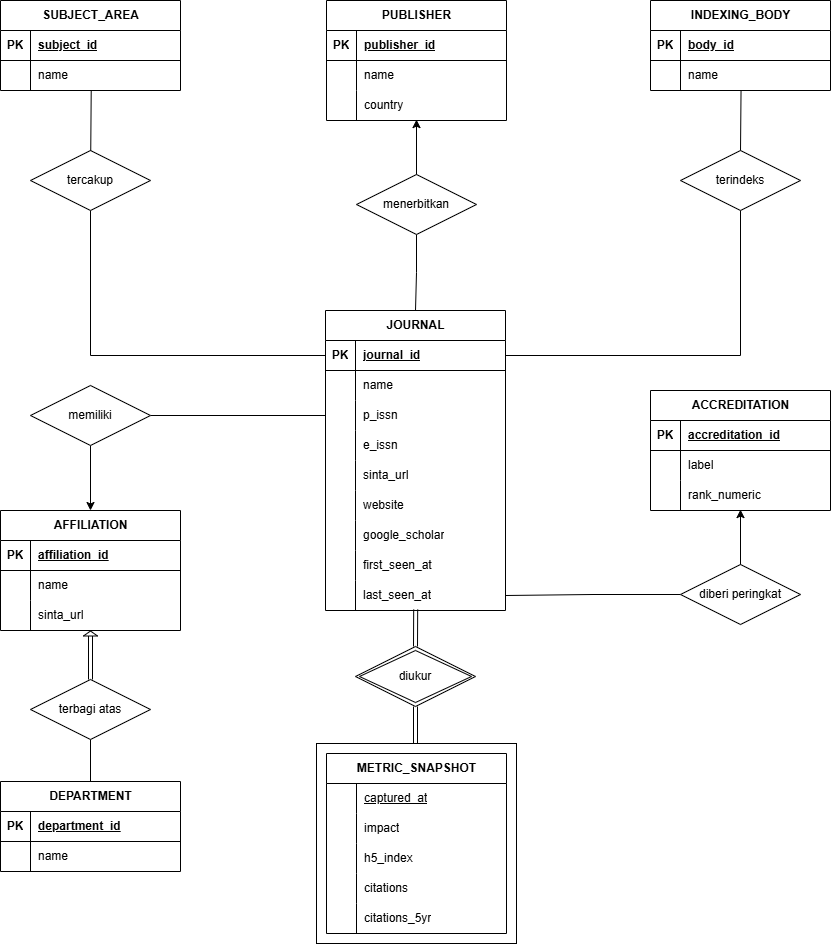
buahkol/Jurnal_Sinta-Seleksi-2026-Tugas-1 keeps this draw.io diagram as Data Storing/design/erd.png. Above is the earlier version. Source tidied: cells renumbered, new cells last; positions are measured from the earlier drawing's top-left corner, leaving out a move shared by most shapes.
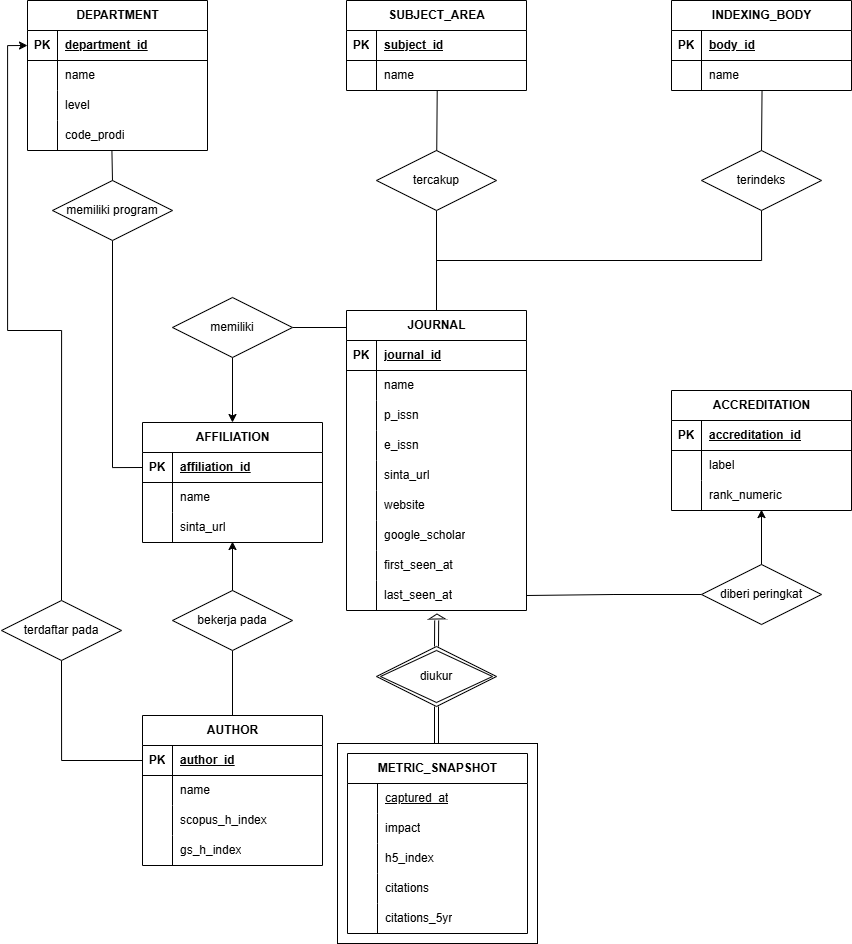
After the commit.

Diff of the diagram source:
```diff
@@ -3,7 +3,7 @@
     <mxCell id="0" />
     <mxCell id="1" parent="0" />
     <mxCell id="2" value="SUBJECT_AREA" style="shape=table;startSize=30;rowLines=0;fontStyle=1;align=center;html=1;" parent="1" vertex="1">
-      <mxGeometry width="180" height="90" as="geometry" />
+      <mxGeometry x="325" width="180" height="90" as="geometry" />
     </mxCell>
     <mxCell id="3" style="shape=tableRow;horizontal=0;startSize=0;swimlaneHead=0;swimlaneBody=0;fillColor=none;top=0;left=0;right=0;bottom=1;" parent="2" vertex="1">
       <mxGeometry y="30" width="180" height="30" as="geometry" />
@@ -44,15 +44,15 @@
     <mxCell id="15" value="name" style="shape=partialRectangle;fillColor=none;top=0;left=0;bottom=0;right=0;align=left;spacingLeft=6;overflow=hidden;whiteSpace=wrap;html=1;" parent="13" vertex="1">
       <mxGeometry x="30" width="150" height="30" as="geometry" />
     </mxCell>
-    <mxCell id="16" style="edgeStyle=orthogonalEdgeStyle;rounded=0;jettySize=auto;html=1;exitX=0.5;exitY=1;exitDx=0;exitDy=0;entryX=0;entryY=0.5;entryDx=0;entryDy=0;endArrow=none;endFill=0;" parent="1" edge="1" source="17" target="23">
-      <mxGeometry relative="1" as="geometry" />
-    </mxCell>
+    <mxCell id="124" style="edgeStyle=orthogonalEdgeStyle;rounded=0;jettySize=auto;html=1;exitX=0.5;exitY=1;exitDx=0;exitDy=0;entryX=0.5;entryY=0;entryDx=0;entryDy=0;endArrow=none;endFill=0;" parent="1" edge="1" source="17" target="22">
+      <mxGeometry relative="1" as="geometry" />
+    </mxCell>
     <mxCell id="17" value="tercakup" style="shape=rhombus;perimeter=rhombusPerimeter;whiteSpace=wrap;html=1;align=center;" parent="1" vertex="1">
-      <mxGeometry x="30" y="150" width="120" height="60" as="geometry" />
+      <mxGeometry x="355" y="150" width="120" height="60" as="geometry" />
     </mxCell>
-    <mxCell id="18" style="edgeStyle=orthogonalEdgeStyle;rounded=0;jettySize=auto;html=1;exitX=0.5;exitY=1;exitDx=0;exitDy=0;entryX=1;entryY=0.5;entryDx=0;entryDy=0;endArrow=none;endFill=0;" parent="1" edge="1" source="19" target="23">
-      <mxGeometry relative="1" as="geometry" />
-    </mxCell>
+    <mxCell id="125" style="edgeStyle=orthogonalEdgeStyle;rounded=0;jettySize=auto;html=1;exitX=0.5;exitY=1;exitDx=0;exitDy=0;entryX=0.5;entryY=0;entryDx=0;entryDy=0;endArrow=none;endFill=0;" parent="1" edge="1" source="19" target="22">
+      <mxGeometry relative="1" as="geometry" />
+    </mxCell>
     <mxCell id="19" value="terindeks" style="shape=rhombus;perimeter=rhombusPerimeter;whiteSpace=wrap;html=1;align=center;" parent="1" vertex="1">
       <mxGeometry x="680" y="150" width="120" height="60" as="geometry" />
     </mxCell>
@@ -147,7 +147,7 @@
       <mxGeometry x="30" width="150" height="30" as="geometry" />
     </mxCell>
     <mxCell id="50" value="AFFILIATION" style="shape=table;startSize=30;rowLines=0;fontStyle=1;align=center;html=1;" parent="1" vertex="1">
-      <mxGeometry y="510" width="180" height="120" as="geometry" />
+      <mxGeometry x="121" y="422" width="180" height="120" as="geometry" />
     </mxCell>
     <mxCell id="51" style="shape=tableRow;horizontal=0;startSize=0;swimlaneHead=0;swimlaneBody=0;fillColor=none;points=[[0,0.5],[1,0.5]];portConstraint=eastwest;top=0;left=0;right=0;bottom=1;" parent="50" vertex="1">
       <mxGeometry y="30" width="180" height="30" as="geometry" />
@@ -176,14 +176,16 @@
     <mxCell id="59" value="sinta_url" style="shape=partialRectangle;fillColor=none;top=0;left=0;bottom=0;right=0;align=left;spacingLeft=6;overflow=hidden;whiteSpace=wrap;html=1;" parent="57" vertex="1">
       <mxGeometry x="30" width="150" height="30" as="geometry" />
     </mxCell>
-    <mxCell id="60" style="edgeStyle=orthogonalEdgeStyle;rounded=0;jettySize=auto;html=1;exitX=1;exitY=0.5;exitDx=0;exitDy=0;entryX=0;entryY=0.5;entryDx=0;entryDy=0;endArrow=none;endFill=0;" parent="1" edge="1" source="62" target="29">
-      <mxGeometry relative="1" as="geometry" />
+    <mxCell id="60" style="edgeStyle=orthogonalEdgeStyle;rounded=0;jettySize=auto;html=1;exitX=1;exitY=0.5;exitDx=0;exitDy=0;entryX=0;entryY=0.5;entryDx=0;entryDy=0;endArrow=none;endFill=0;" parent="1" edge="1" source="62">
+      <mxGeometry relative="1" as="geometry">
+        <mxPoint x="325" y="327" as="targetPoint" />
+      </mxGeometry>
     </mxCell>
     <mxCell id="61" style="edgeStyle=orthogonalEdgeStyle;rounded=0;jettySize=auto;html=1;exitX=0.5;exitY=1;exitDx=0;exitDy=0;entryX=0.5;entryY=0;entryDx=0;entryDy=0;" parent="1" edge="1" source="62" target="50">
       <mxGeometry relative="1" as="geometry" />
     </mxCell>
     <mxCell id="62" value="memiliki" style="shape=rhombus;perimeter=rhombusPerimeter;whiteSpace=wrap;html=1;align=center;" parent="1" vertex="1">
-      <mxGeometry x="30" y="385" width="120" height="60" as="geometry" />
+      <mxGeometry x="151" y="297" width="120" height="60" as="geometry" />
     </mxCell>
     <mxCell id="63" value="ACCREDITATION" style="shape=table;startSize=30;rowLines=0;fontStyle=1;align=center;html=1;" parent="1" vertex="1">
       <mxGeometry x="650" y="390" width="180" height="120" as="geometry" />
@@ -224,8 +226,10 @@
     <mxCell id="75" style="edgeStyle=orthogonalEdgeStyle;rounded=0;jettySize=auto;html=1;exitX=0.5;exitY=0;exitDx=0;exitDy=0;entryX=0.5;entryY=0.97;entryDx=0;entryDy=0;entryPerimeter=0;" parent="1" edge="1" source="74" target="70">
       <mxGeometry relative="1" as="geometry" />
     </mxCell>
-    <mxCell id="76" style="shape=link;html=1;rounded=0;entryX=0.501;entryY=0.966;entryDx=0;entryDy=0;entryPerimeter=0;exitX=0.5;exitY=0;exitDx=0;exitDy=0;" parent="1" edge="1" source="79" target="47">
-      <mxGeometry relative="1" as="geometry" />
+    <mxCell id="76" style="shape=link;html=1;rounded=0;exitX=0.5;exitY=0;exitDx=0;exitDy=0;" parent="1" edge="1" source="79">
+      <mxGeometry relative="1" as="geometry">
+        <mxPoint x="415.2" y="620" as="targetPoint" />
+      </mxGeometry>
     </mxCell>
     <mxCell id="77" style="html=1;whiteSpace=wrap;align=left;verticalAlign=bottom;" parent="76" vertex="1">
       <mxGeometry x="-1" relative="1" as="geometry" />
@@ -301,47 +305,8 @@
     <mxCell id="99" style="html=1;whiteSpace=wrap;align=right;verticalAlign=bottom;" parent="97" vertex="1">
       <mxGeometry x="1" relative="1" as="geometry" />
     </mxCell>
-    <mxCell id="100" value="PUBLISHER" style="shape=table;startSize=30;rowLines=0;fontStyle=1;align=center;html=1;" parent="1" vertex="1">
-      <mxGeometry x="326" width="180" height="120" as="geometry" />
-    </mxCell>
-    <mxCell id="101" style="shape=tableRow;horizontal=0;startSize=0;swimlaneHead=0;swimlaneBody=0;fillColor=none;points=[[0,0.5],[1,0.5]];portConstraint=eastwest;top=0;left=0;right=0;bottom=1;" parent="100" vertex="1">
-      <mxGeometry y="30" width="180" height="30" as="geometry" />
-    </mxCell>
-    <mxCell id="102" value="PK" style="shape=partialRectangle;fillColor=none;top=0;left=0;bottom=0;right=0;fontStyle=1;overflow=hidden;whiteSpace=wrap;html=1;" parent="101" vertex="1">
-      <mxGeometry width="30" height="30" as="geometry" />
-    </mxCell>
-    <mxCell id="103" value="publisher_id" style="shape=partialRectangle;fillColor=none;top=0;left=0;bottom=0;right=0;align=left;spacingLeft=6;fontStyle=5;overflow=hidden;whiteSpace=wrap;html=1;" parent="101" vertex="1">
-      <mxGeometry x="30" width="150" height="30" as="geometry" />
-    </mxCell>
-    <mxCell id="104" style="shape=tableRow;horizontal=0;startSize=0;swimlaneHead=0;swimlaneBody=0;fillColor=none;top=0;left=0;right=0;bottom=0;" parent="100" vertex="1">
-      <mxGeometry y="60" width="180" height="30" as="geometry" />
-    </mxCell>
-    <mxCell id="105" style="shape=partialRectangle;fillColor=none;top=0;left=0;bottom=0;right=0;overflow=hidden;whiteSpace=wrap;html=1;" parent="104" vertex="1">
-      <mxGeometry width="30" height="30" as="geometry" />
-    </mxCell>
-    <mxCell id="106" value="name" style="shape=partialRectangle;fillColor=none;top=0;left=0;bottom=0;right=0;align=left;spacingLeft=6;overflow=hidden;whiteSpace=wrap;html=1;" parent="104" vertex="1">
-      <mxGeometry x="30" width="150" height="30" as="geometry" />
-    </mxCell>
-    <mxCell id="107" style="shape=tableRow;horizontal=0;startSize=0;swimlaneHead=0;swimlaneBody=0;fillColor=none;points=[[0,0.5],[1,0.5]];portConstraint=eastwest;top=0;left=0;right=0;bottom=0;" parent="100" vertex="1">
-      <mxGeometry y="90" width="180" height="30" as="geometry" />
-    </mxCell>
-    <mxCell id="108" style="shape=partialRectangle;fillColor=none;top=0;left=0;bottom=0;right=0;overflow=hidden;whiteSpace=wrap;html=1;" parent="107" vertex="1">
-      <mxGeometry width="30" height="30" as="geometry" />
-    </mxCell>
-    <mxCell id="109" value="country" style="shape=partialRectangle;fillColor=none;top=0;left=0;bottom=0;right=0;align=left;spacingLeft=6;overflow=hidden;whiteSpace=wrap;html=1;" parent="107" vertex="1">
-      <mxGeometry x="30" width="150" height="30" as="geometry" />
-    </mxCell>
-    <mxCell id="110" style="edgeStyle=orthogonalEdgeStyle;rounded=0;jettySize=auto;html=1;exitX=0.5;exitY=1;exitDx=0;exitDy=0;entryX=0.5;entryY=0;entryDx=0;entryDy=0;endArrow=none;endFill=0;" parent="1" edge="1" source="111" target="22">
-      <mxGeometry relative="1" as="geometry" />
-    </mxCell>
-    <mxCell id="111" value="menerbitkan" style="shape=rhombus;perimeter=rhombusPerimeter;whiteSpace=wrap;html=1;align=center;" parent="1" vertex="1">
-      <mxGeometry x="356" y="174" width="120" height="60" as="geometry" />
-    </mxCell>
-    <mxCell id="112" style="edgeStyle=orthogonalEdgeStyle;rounded=0;jettySize=auto;html=1;exitX=0.5;exitY=0;exitDx=0;exitDy=0;entryX=0.5;entryY=0.97;entryDx=0;entryDy=0;entryPerimeter=0;" parent="1" edge="1" source="111" target="107">
-      <mxGeometry relative="1" as="geometry" />
-    </mxCell>
     <mxCell id="113" value="DEPARTMENT" style="shape=table;startSize=30;rowLines=0;fontStyle=1;align=center;html=1;" parent="1" vertex="1">
-      <mxGeometry y="781" width="180" height="90" as="geometry" />
+      <mxGeometry x="6" width="180" height="150" as="geometry" />
     </mxCell>
     <mxCell id="114" style="shape=tableRow;horizontal=0;startSize=0;swimlaneHead=0;swimlaneBody=0;fillColor=none;points=[[0,0.5],[1,0.5]];portConstraint=eastwest;top=0;left=0;right=0;bottom=1;" parent="113" vertex="1">
       <mxGeometry y="30" width="180" height="30" as="geometry" />
@@ -361,17 +326,92 @@
     <mxCell id="119" value="name" style="shape=partialRectangle;fillColor=none;top=0;left=0;bottom=0;right=0;align=left;spacingLeft=6;overflow=hidden;whiteSpace=wrap;html=1;" parent="117" vertex="1">
       <mxGeometry x="30" width="150" height="30" as="geometry" />
     </mxCell>
-    <mxCell id="120" style="edgeStyle=orthogonalEdgeStyle;rounded=0;jettySize=auto;html=1;exitX=0.5;exitY=1;exitDx=0;exitDy=0;entryX=0.5;entryY=0;entryDx=0;entryDy=0;endArrow=none;endFill=0;" parent="1" edge="1" source="121" target="113">
-      <mxGeometry relative="1" as="geometry" />
-    </mxCell>
-    <mxCell id="121" value="terbagi atas" style="shape=rhombus;perimeter=rhombusPerimeter;whiteSpace=wrap;html=1;align=center;" parent="1" vertex="1">
-      <mxGeometry x="30" y="679" width="120" height="60" as="geometry" />
-    </mxCell>
-    <mxCell id="122" style="edgeStyle=orthogonalEdgeStyle;rounded=0;jettySize=auto;html=1;exitX=0.5;exitY=0;exitDx=0;exitDy=0;shape=link;entryX=0;entryY=0.5;entryDx=0;entryDy=0;" parent="1" edge="1" source="121" target="123">
-      <mxGeometry relative="1" as="geometry" />
-    </mxCell>
-    <mxCell id="123" style="triangle;whiteSpace=wrap;html=1;rotation=-90;" parent="1" vertex="1">
-      <mxGeometry x="87.5" y="626" width="5" height="14" as="geometry" />
-    </mxCell>
+    <mxCell id="126" style="shape=tableRow;horizontal=0;startSize=0;swimlaneHead=0;swimlaneBody=0;fillColor=none;top=0;left=0;right=0;bottom=0;" parent="113" vertex="1">
+      <mxGeometry y="90" width="180" height="30" as="geometry" />
+    </mxCell>
+    <mxCell id="127" style="shape=partialRectangle;fillColor=none;top=0;left=0;bottom=0;right=0;overflow=hidden;whiteSpace=wrap;html=1;" parent="126" vertex="1">
+      <mxGeometry width="30" height="30" as="geometry" />
+    </mxCell>
+    <mxCell id="128" value="level" style="shape=partialRectangle;fillColor=none;top=0;left=0;bottom=0;right=0;align=left;spacingLeft=6;overflow=hidden;whiteSpace=wrap;html=1;" parent="126" vertex="1">
+      <mxGeometry x="30" width="150" height="30" as="geometry" />
+    </mxCell>
+    <mxCell id="129" style="shape=tableRow;horizontal=0;startSize=0;swimlaneHead=0;swimlaneBody=0;fillColor=none;points=[[0,0.5],[1,0.5]];portConstraint=eastwest;top=0;left=0;right=0;bottom=0;" parent="113" vertex="1">
+      <mxGeometry y="120" width="180" height="30" as="geometry" />
+    </mxCell>
+    <mxCell id="130" style="shape=partialRectangle;fillColor=none;top=0;left=0;bottom=0;right=0;overflow=hidden;whiteSpace=wrap;html=1;" parent="129" vertex="1">
+      <mxGeometry width="30" height="30" as="geometry" />
+    </mxCell>
+    <mxCell id="131" value="code_prodi" style="shape=partialRectangle;fillColor=none;top=0;left=0;bottom=0;right=0;align=left;spacingLeft=6;overflow=hidden;whiteSpace=wrap;html=1;" parent="129" vertex="1">
+      <mxGeometry x="30" width="150" height="30" as="geometry" />
+    </mxCell>
+    <mxCell id="132" value="AUTHOR" style="shape=table;startSize=30;rowLines=0;fontStyle=1;align=center;html=1;" parent="1" vertex="1">
+      <mxGeometry x="121" y="715" width="180" height="150" as="geometry" />
+    </mxCell>
+    <mxCell id="101" style="shape=tableRow;horizontal=0;startSize=0;swimlaneHead=0;swimlaneBody=0;fillColor=none;points=[[0,0.5],[1,0.5]];portConstraint=eastwest;top=0;left=0;right=0;bottom=1;" parent="132" vertex="1">
+      <mxGeometry y="30" width="180" height="30" as="geometry" />
+    </mxCell>
+    <mxCell id="102" value="PK" style="shape=partialRectangle;fillColor=none;top=0;left=0;bottom=0;right=0;fontStyle=1;overflow=hidden;whiteSpace=wrap;html=1;" parent="101" vertex="1">
+      <mxGeometry width="30" height="30" as="geometry" />
+    </mxCell>
+    <mxCell id="133" value="author_id" style="shape=partialRectangle;fillColor=none;top=0;left=0;bottom=0;right=0;align=left;spacingLeft=6;fontStyle=5;overflow=hidden;whiteSpace=wrap;html=1;" parent="101" vertex="1">
+      <mxGeometry x="30" width="150" height="30" as="geometry" />
+    </mxCell>
+    <mxCell id="104" style="shape=tableRow;horizontal=0;startSize=0;swimlaneHead=0;swimlaneBody=0;fillColor=none;top=0;left=0;right=0;bottom=0;" parent="132" vertex="1">
+      <mxGeometry y="60" width="180" height="30" as="geometry" />
+    </mxCell>
+    <mxCell id="134" style="shape=partialRectangle;fillColor=none;top=0;left=0;bottom=0;right=0;overflow=hidden;whiteSpace=wrap;html=1;" parent="104" vertex="1">
+      <mxGeometry width="30" height="30" as="geometry" />
+    </mxCell>
+    <mxCell id="106" value="name" style="shape=partialRectangle;fillColor=none;top=0;left=0;bottom=0;right=0;align=left;spacingLeft=6;overflow=hidden;whiteSpace=wrap;html=1;" parent="104" vertex="1">
+      <mxGeometry x="30" width="150" height="30" as="geometry" />
+    </mxCell>
+    <mxCell id="135" style="shape=tableRow;horizontal=0;startSize=0;swimlaneHead=0;swimlaneBody=0;fillColor=none;top=0;left=0;right=0;bottom=0;" parent="132" vertex="1">
+      <mxGeometry y="90" width="180" height="30" as="geometry" />
+    </mxCell>
+    <mxCell id="136" style="shape=partialRectangle;fillColor=none;top=0;left=0;bottom=0;right=0;overflow=hidden;whiteSpace=wrap;html=1;" parent="135" vertex="1">
+      <mxGeometry width="30" height="30" as="geometry" />
+    </mxCell>
+    <mxCell id="137" value="scopus_h_index" style="shape=partialRectangle;fillColor=none;top=0;left=0;bottom=0;right=0;align=left;spacingLeft=6;overflow=hidden;whiteSpace=wrap;html=1;" parent="135" vertex="1">
+      <mxGeometry x="30" width="150" height="30" as="geometry" />
+    </mxCell>
+    <mxCell id="138" style="shape=tableRow;horizontal=0;startSize=0;swimlaneHead=0;swimlaneBody=0;fillColor=none;top=0;left=0;right=0;bottom=0;" parent="132" vertex="1">
+      <mxGeometry y="120" width="180" height="30" as="geometry" />
+    </mxCell>
+    <mxCell id="139" style="shape=partialRectangle;fillColor=none;top=0;left=0;bottom=0;right=0;overflow=hidden;whiteSpace=wrap;html=1;" parent="138" vertex="1">
+      <mxGeometry width="30" height="30" as="geometry" />
+    </mxCell>
+    <mxCell id="140" value="gs_h_index" style="shape=partialRectangle;fillColor=none;top=0;left=0;bottom=0;right=0;align=left;spacingLeft=6;overflow=hidden;whiteSpace=wrap;html=1;" parent="138" vertex="1">
+      <mxGeometry x="30" width="150" height="30" as="geometry" />
+    </mxCell>
+    <mxCell id="141" style="edgeStyle=orthogonalEdgeStyle;rounded=0;jettySize=auto;html=1;exitX=0.5;exitY=1;exitDx=0;exitDy=0;entryX=0.5;entryY=0;entryDx=0;entryDy=0;endArrow=none;endFill=0;" parent="1" edge="1" source="142" target="132">
+      <mxGeometry relative="1" as="geometry" />
+    </mxCell>
+    <mxCell id="142" value="bekerja pada" style="shape=rhombus;perimeter=rhombusPerimeter;whiteSpace=wrap;html=1;align=center;" parent="1" vertex="1">
+      <mxGeometry x="151" y="590" width="120" height="60" as="geometry" />
+    </mxCell>
+    <mxCell id="143" style="edgeStyle=orthogonalEdgeStyle;rounded=0;jettySize=auto;html=1;exitX=0.5;exitY=0;exitDx=0;exitDy=0;entryX=0.5;entryY=0.968;entryDx=0;entryDy=0;entryPerimeter=0;endArrow=classic;endFill=1;" parent="1" edge="1" source="142" target="57">
+      <mxGeometry relative="1" as="geometry" />
+    </mxCell>
+    <mxCell id="144" style="edgeStyle=orthogonalEdgeStyle;rounded=0;jettySize=auto;html=1;exitX=0.5;exitY=1;exitDx=0;exitDy=0;entryX=0;entryY=0.5;entryDx=0;entryDy=0;endArrow=none;endFill=0;" parent="1" edge="1" source="145" target="51">
+      <mxGeometry relative="1" as="geometry" />
+    </mxCell>
+    <mxCell id="145" value="memiliki program" style="shape=rhombus;perimeter=rhombusPerimeter;whiteSpace=wrap;html=1;align=center;" parent="1" vertex="1">
+      <mxGeometry x="31" y="180" width="120" height="60" as="geometry" />
+    </mxCell>
+    <mxCell id="146" style="edgeStyle=orthogonalEdgeStyle;rounded=0;jettySize=auto;html=1;exitX=0.5;exitY=0;exitDx=0;exitDy=0;entryX=0.469;entryY=1.014;entryDx=0;entryDy=0;entryPerimeter=0;endArrow=none;endFill=0;" parent="1" edge="1" source="145" target="129">
+      <mxGeometry relative="1" as="geometry" />
+    </mxCell>
+    <mxCell id="147" style="edgeStyle=orthogonalEdgeStyle;rounded=0;jettySize=auto;html=1;exitX=0.5;exitY=1;exitDx=0;exitDy=0;endArrow=none;endFill=0;" parent="1" edge="1" source="149" target="101">
+      <mxGeometry relative="1" as="geometry" />
+    </mxCell>
+    <mxCell id="148" style="edgeStyle=orthogonalEdgeStyle;rounded=0;jettySize=auto;html=1;exitX=0.5;exitY=0;exitDx=0;exitDy=0;entryX=0;entryY=0.5;entryDx=0;entryDy=0;endArrow=classic;endFill=1;" parent="1" edge="1" source="149" target="114">
+      <mxGeometry relative="1" as="geometry" />
+    </mxCell>
+    <mxCell id="149" value="terdaftar pada" style="shape=rhombus;perimeter=rhombusPerimeter;whiteSpace=wrap;html=1;align=center;" parent="1" vertex="1">
+      <mxGeometry x="-20" y="600" width="120" height="60" as="geometry" />
+    </mxCell>
+    <mxCell id="150" style="triangle;whiteSpace=wrap;html=1;rotation=-91;" parent="1" vertex="1">
+      <mxGeometry x="413" y="608" width="5" height="16" as="geometry" />
+    </mxCell>
   </root>
 </mxGraphModel>
```
